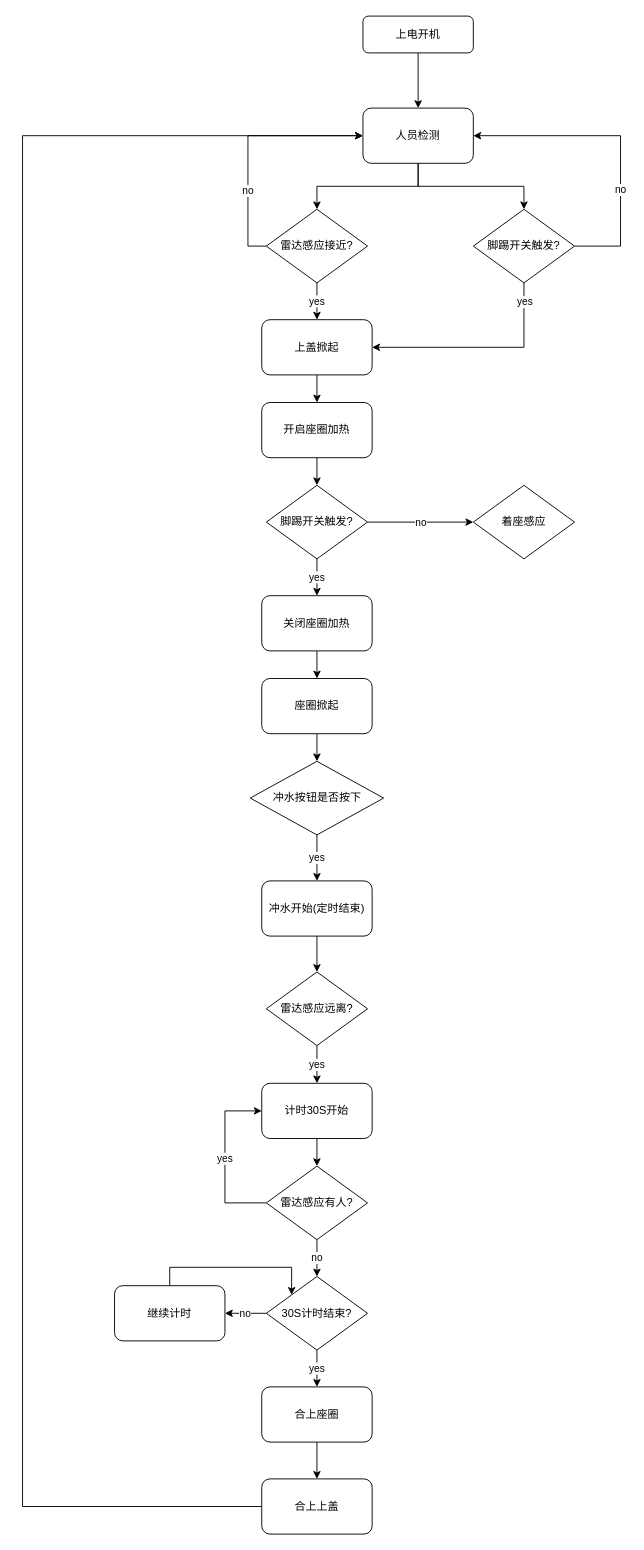
The draw.io diagram Untitled Diagram.drawio in RockONthefeel/HW_Design_SUP, before the edit. Source tidied: cells renumbered, new cells numbered last; positions are measured from the earlier drawing's top-left corner, leaving out a move shared by most shapes. Both pictures are drawn from the tidied source at 92%, with x=0, y=0 at pixel (22, 16).
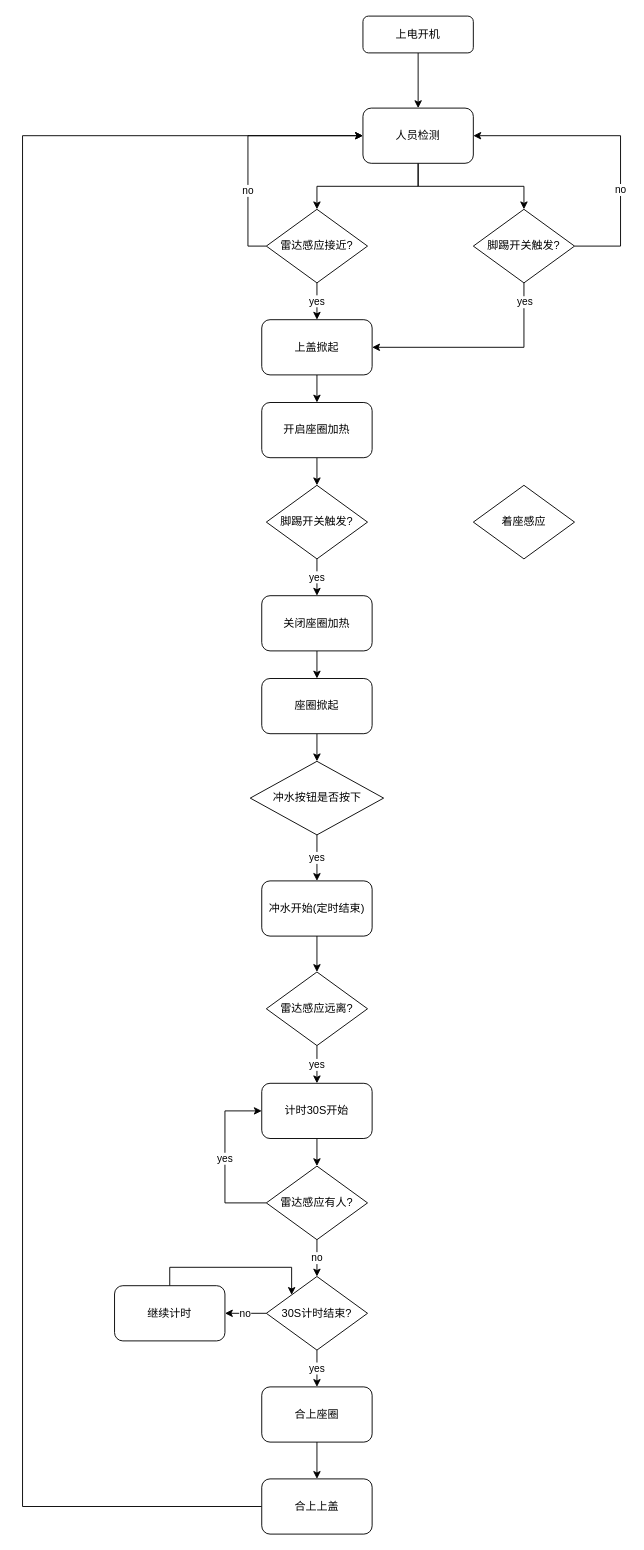
Above is the later version.

Unchanged cells that the change refers to:
```xml
<mxCell id="16" value="脚踢开关触发?" style="rhombus;whiteSpace=wrap;html=1;flipH=1;flipV=0;" parent="1" vertex="1">
  <mxGeometry x="265" y="510" width="110" height="80" as="geometry" />
</mxCell>
```

Change to the diagram source:
```diff
@@
-    <mxCell id="15" value="no" style="edgeStyle=orthogonalEdgeStyle;rounded=0;jettySize=auto;html=1;exitX=1;exitY=0.5;exitDx=0;exitDy=0;" parent="1" edge="1" source="16">
-      <mxGeometry relative="1" as="geometry">
-        <mxPoint x="490" y="550" as="targetPoint" />
-      </mxGeometry>
-    </mxCell>
```
